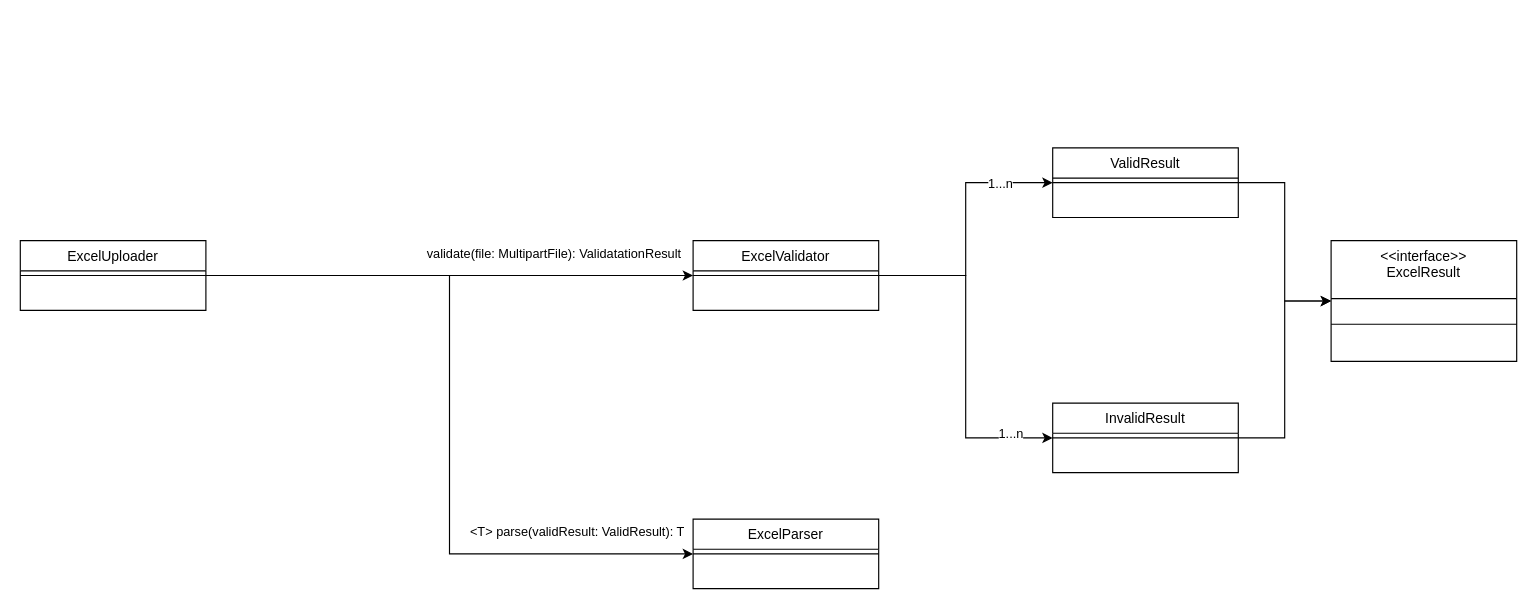
currenjin/alexandria-playground keeps this draw.io diagram as tdd/excel-uploader/excel-uploader.drawio. Above is the earlier version. Source tidied: cells renumbered, new cells numbered last; positions are measured from the earlier drawing's top-left corner, leaving out a move shared by most shapes. Both pictures are drawn from the tidied source at 116%, with x=0, y=0 at pixel (20, 147).
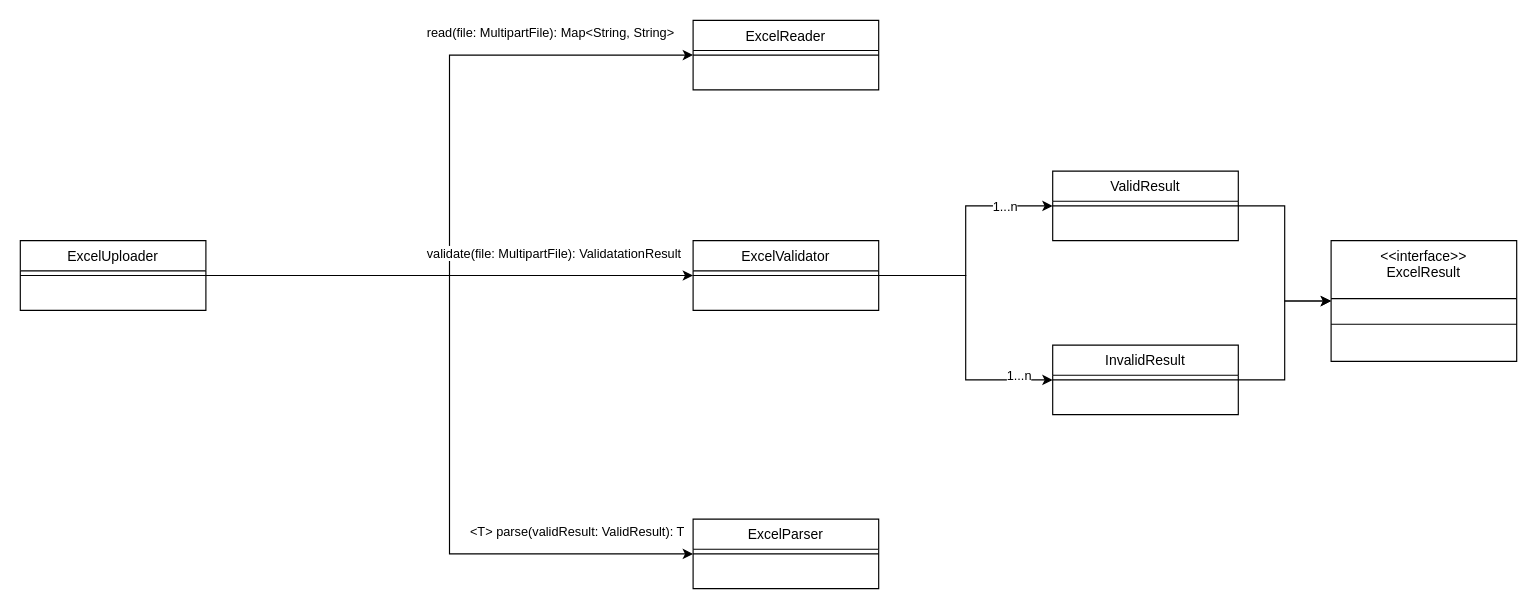
The same diagram, later.

Commit message:
File: excel-uploader

The change refers to these unchanged cells:
```xml
<mxCell id="4" value="ExcelUploader" style="swimlane;fontStyle=0;align=center;verticalAlign=top;horizontal=1;startSize=26;rounded=0;shadow=0;strokeWidth=1;" parent="1" vertex="1">
  <mxGeometry y="80" width="160" height="60" as="geometry" />
</mxCell>
```

What changed in the source:
```diff
@@
+    <mxCell id="24" style="edgeStyle=orthogonalEdgeStyle;rounded=0;jettySize=auto;html=1;entryX=0;entryY=0.5;entryDx=0;entryDy=0;" parent="1" edge="1" source="4" target="26">
+      <mxGeometry relative="1" as="geometry" />
+    </mxCell>
+    <mxCell id="25" value="read(file: MultipartFile): Map&amp;lt;String, String&amp;gt;" style="edgeLabel;html=1;align=center;verticalAlign=middle;" parent="24" vertex="1">
+      <mxGeometry x="0.56" y="2" relative="1" as="geometry">
+        <mxPoint x="10" y="-18" as="offset" />
+      </mxGeometry>
+    </mxCell>
@@
     <mxCell id="13" value="ValidResult" style="swimlane;fontStyle=0;align=center;verticalAlign=top;horizontal=1;startSize=26;rounded=0;shadow=0;strokeWidth=1;" parent="1" vertex="1">
-      <mxGeometry x="890" width="160" height="60" as="geometry" />
+      <mxGeometry x="890" y="20" width="160" height="60" as="geometry" />
     </mxCell>
@@
     <mxCell id="15" value="InvalidResult" style="swimlane;fontStyle=0;align=center;verticalAlign=top;horizontal=1;startSize=26;rounded=0;shadow=0;strokeWidth=1;" parent="1" vertex="1">
-      <mxGeometry x="890" y="220" width="160" height="60" as="geometry" />
+      <mxGeometry x="890" y="170" width="160" height="60" as="geometry" />
     </mxCell>
@@
+    <mxCell id="26" value="ExcelReader" style="swimlane;fontStyle=0;align=center;verticalAlign=top;horizontal=1;startSize=26;rounded=0;shadow=0;strokeWidth=1;" parent="1" vertex="1">
+      <mxGeometry x="580" y="-110" width="160" height="60" as="geometry" />
+    </mxCell>
+    <mxCell id="27" style="line;html=1;strokeWidth=1;align=left;verticalAlign=middle;spacingTop=-1;spacingLeft=3;spacingRight=3;labelPosition=right;" parent="26" vertex="1">
+      <mxGeometry y="26" width="160" height="8" as="geometry" />
+    </mxCell>
```
